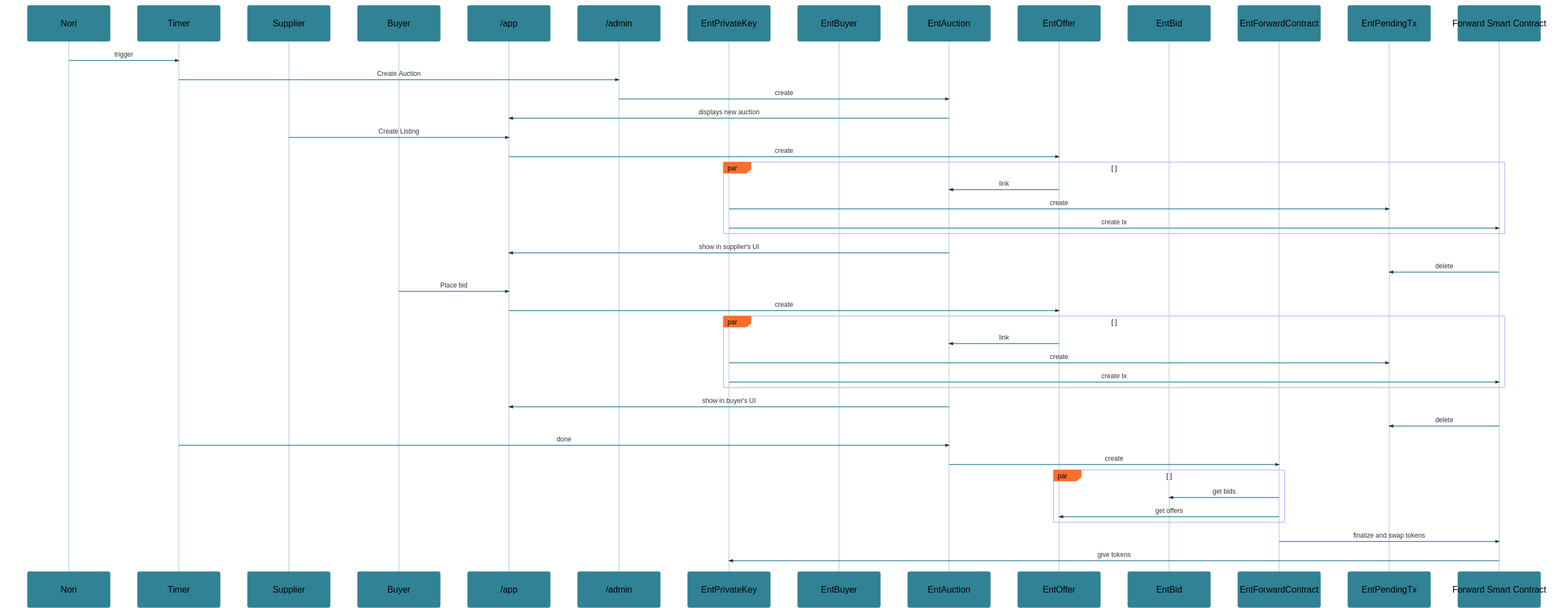
Earlier version of the Mermaid export diagrams/forward-auction.png (nori-dot-eco/nori-architecture). Its source is kept beside it as mermaid/forward-auction.mmd.
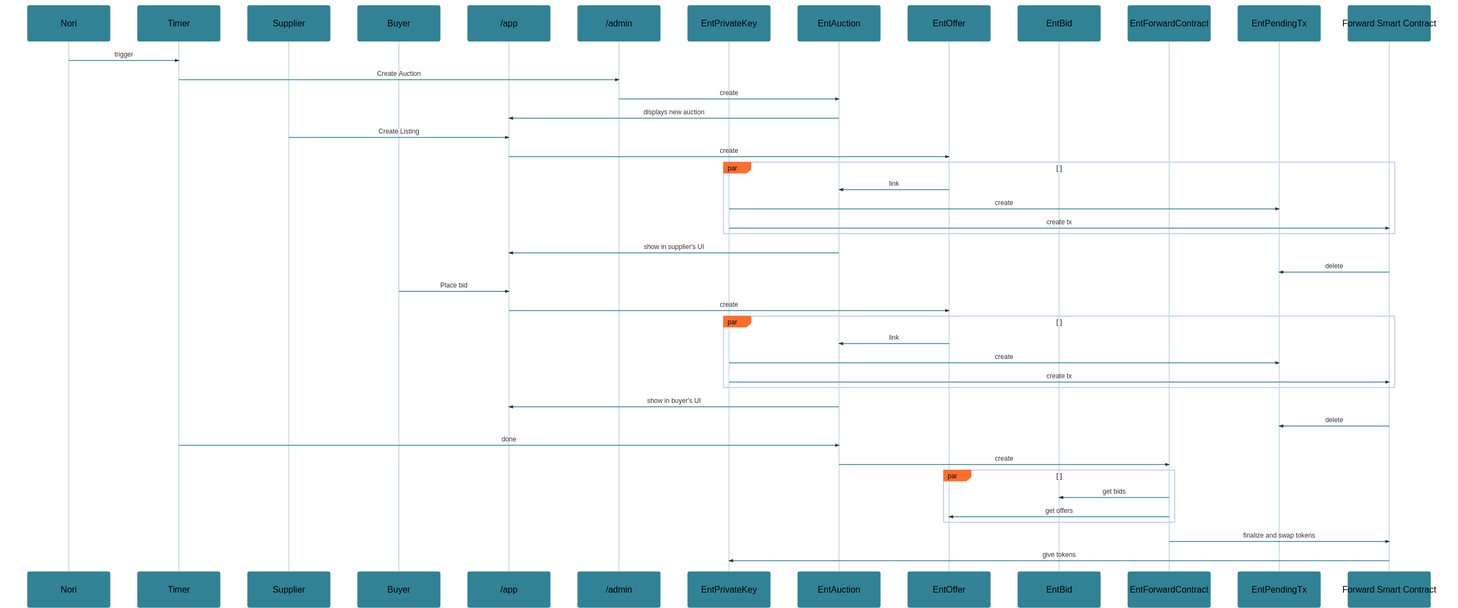
After the commit.

Commit message:
add fws contracts specs

The edit, as a diff of the source:
```diff
@@ -7,7 +7,6 @@
     Participant a as /app
     Participant ad as /admin
     Participant pk as EntPrivateKey
-    Participant eb as EntBuyer
     Participant auction as EntAuction
     Participant offer as EntOffer
     Participant bid as EntBid
```
